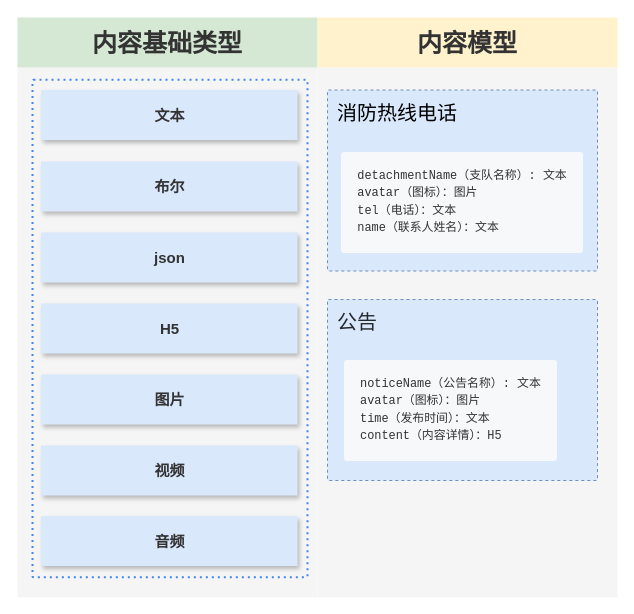
Above: page "内容模型" (4 of 5) of files/未命名绘图.drawio in hezhongfeng/DRAWIO (draw.io), before the change. Source tidied: cells renumbered, new cells numbered last; positions are measured from the earlier drawing's top-left corner, leaving out a move shared by most shapes. Both pictures are drawn from the tidied source at 100%, with x=0, y=0 at pixel (17, 17).
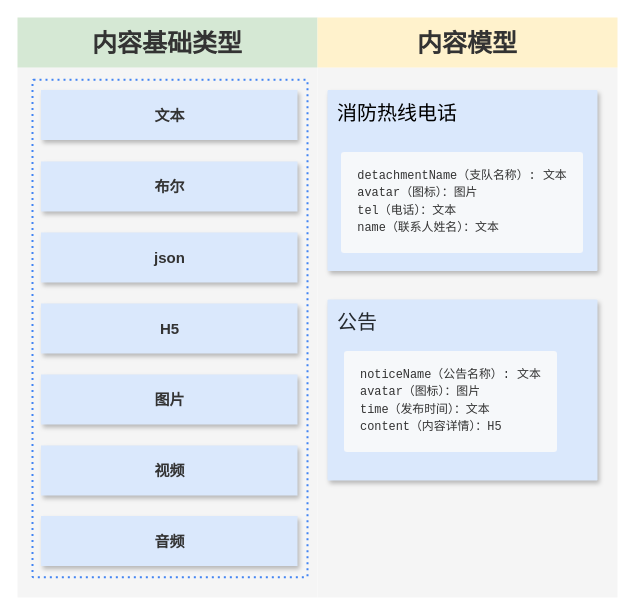
The same page after the edit.

Commit message (it also covers changes not shown here):
更新未命名绘图.drawio

What changed in the source:
```diff
@@
 <mxGraphModel background="#FFFFFF">
   <root>
     <mxCell id="0" />
     <mxCell id="1" parent="0" />
     <mxCell id="2" style="rounded=0;whiteSpace=wrap;html=1;dashed=1;strokeWidth=2;fontFamily=Verdana;fontSize=12;fontColor=#333333;fillColor=#f5f5f5;strokeColor=none;" parent="1" vertex="1">
       <mxGeometry y="50" width="300" height="530" as="geometry" />
     </mxCell>
     <mxCell id="3" value="内容基础类型" style="text;html=1;fillColor=#d5e8d4;align=center;verticalAlign=middle;whiteSpace=wrap;overflow=hidden;dashed=1;fontSize=25;fontFamily=Helvetica;fontStyle=1;fontColor=#333333;" parent="1" vertex="1">
       <mxGeometry width="300" height="50" as="geometry" />
     </mxCell>
     <mxCell id="4" style="rounded=0;whiteSpace=wrap;html=1;dashed=1;strokeWidth=2;fontFamily=Verdana;fontSize=12;fontColor=#333333;fillColor=#f5f5f5;strokeColor=none;" parent="1" vertex="1">
       <mxGeometry x="300" y="50" width="300" height="530" as="geometry" />
     </mxCell>
     <mxCell id="5" value="内容模型" style="text;html=1;fillColor=#fff2cc;align=center;verticalAlign=middle;whiteSpace=wrap;overflow=hidden;dashed=1;fontSize=25;fontFamily=Helvetica;fontStyle=1;fontColor=#333333;" parent="1" vertex="1">
       <mxGeometry x="300" width="300" height="50" as="geometry" />
     </mxCell>
     <mxCell id="6" style="rounded=1;absoluteArcSize=1;arcSize=2;html=1;strokeColor=#4284F3;gradientColor=none;shadow=0;dashed=1;fontSize=12;fontColor=#9E9E9E;align=left;verticalAlign=top;spacing=10;spacingTop=-4;fillColor=none;dashPattern=1 2;strokeWidth=2;" parent="1" vertex="1">
       <mxGeometry x="15" y="62.2" width="275" height="497.5" as="geometry" />
     </mxCell>
     <mxCell id="7" value="文本" style="whiteSpace=wrap;html=1;dashed=1;strokeWidth=2;fontFamily=Helvetica;fontSize=15;fontStyle=1;fillColor=#dae8fc;strokeColor=none;shadow=1;fontColor=#333333;" parent="1" vertex="1">
       <mxGeometry x="23.5" y="72.5" width="256.5" height="50" as="geometry" />
     </mxCell>
     <mxCell id="8" value="布尔" style="whiteSpace=wrap;html=1;dashed=1;strokeWidth=2;fontFamily=Helvetica;fontSize=15;fontStyle=1;fillColor=#dae8fc;strokeColor=none;shadow=1;fontColor=#333333;" parent="1" vertex="1">
       <mxGeometry x="23.5" y="144" width="256.5" height="50" as="geometry" />
     </mxCell>
     <mxCell id="9" value="json" style="whiteSpace=wrap;html=1;dashed=1;strokeWidth=2;fontFamily=Helvetica;fontSize=15;fontStyle=1;fillColor=#dae8fc;strokeColor=none;shadow=1;fontColor=#333333;" parent="1" vertex="1">
       <mxGeometry x="23.5" y="215" width="256.5" height="50" as="geometry" />
     </mxCell>
     <mxCell id="10" value="H5" style="whiteSpace=wrap;html=1;dashed=1;strokeWidth=2;fontFamily=Helvetica;fontSize=15;fontStyle=1;fillColor=#dae8fc;strokeColor=none;shadow=1;fontColor=#333333;" parent="1" vertex="1">
       <mxGeometry x="23.5" y="286" width="256.5" height="50" as="geometry" />
     </mxCell>
     <mxCell id="11" value="图片" style="whiteSpace=wrap;html=1;dashed=1;strokeWidth=2;fontFamily=Helvetica;fontSize=15;fontStyle=1;fillColor=#dae8fc;strokeColor=none;shadow=1;fontColor=#333333;" parent="1" vertex="1">
       <mxGeometry x="23.5" y="357" width="256.5" height="50" as="geometry" />
     </mxCell>
     <mxCell id="12" value="视频" style="whiteSpace=wrap;html=1;dashed=1;strokeWidth=2;fontFamily=Helvetica;fontSize=15;fontStyle=1;fillColor=#dae8fc;strokeColor=none;shadow=1;fontColor=#333333;" parent="1" vertex="1">
       <mxGeometry x="23.5" y="428" width="256.5" height="50" as="geometry" />
     </mxCell>
     <mxCell id="13" value="音频" style="whiteSpace=wrap;html=1;dashed=1;strokeWidth=2;fontFamily=Helvetica;fontSize=15;fontStyle=1;fillColor=#dae8fc;strokeColor=none;shadow=1;fontColor=#333333;" parent="1" vertex="1">
       <mxGeometry x="23.5" y="498.5" width="256.5" height="50" as="geometry" />
     </mxCell>
-    <mxCell id="14" value="消防热线电话" style="rounded=1;absoluteArcSize=1;arcSize=2;html=1;strokeColor=#6c8ebf;shadow=0;dashed=1;fontSize=20;align=left;verticalAlign=top;spacing=10;spacingTop=-4;fillColor=#dae8fc;" parent="1" vertex="1">
+    <mxCell id="14" value="消防热线电话" style="rounded=1;absoluteArcSize=1;arcSize=2;html=1;shadow=1;dashed=1;fontSize=20;align=left;verticalAlign=top;spacing=10;spacingTop=-4;fillColor=#dae8fc;strokeColor=none;" parent="1" vertex="1">
       <mxGeometry x="310" y="72.5" width="270" height="181" as="geometry" />
     </mxCell>
     <mxCell id="15" value="&lt;pre style=&quot;font-size: 11.9px ; text-align: left ; box-sizing: border-box ; margin-top: 0px ; margin-bottom: 16px ; overflow-wrap: normal ; padding: 16px ; overflow: auto ; line-height: 1.45 ; background-color: rgb(246 , 248 , 250) ; border-radius: 3px ; color: rgb(36 , 41 , 46)&quot;&gt;&lt;code class=&quot;hljs&quot; style=&quot;box-sizing: border-box ; display: inline ; overflow: visible ; padding: 0px ; color: rgb(51 , 51 , 51) ; background-color: transparent ; margin: 0px ; border-radius: 3px ; word-break: normal ; border: 0px ; line-height: inherit ; overflow-wrap: normal&quot;&gt;detachmentName&lt;span class=&quot;zh-hans&quot; style=&quot;box-sizing: border-box&quot;&gt;（支队名称）&lt;/span&gt;: &lt;span class=&quot;zh-hans&quot; style=&quot;box-sizing: border-box&quot;&gt;文本&lt;/span&gt;&lt;br&gt;avatar&lt;span class=&quot;zh-hans&quot; style=&quot;box-sizing: border-box&quot;&gt;（图标）：图片&lt;/span&gt;&lt;br&gt;tel&lt;span class=&quot;zh-hans&quot; style=&quot;box-sizing: border-box&quot;&gt;（电话）：文本&lt;/span&gt;&lt;br&gt;name&lt;span class=&quot;zh-hans&quot; style=&quot;box-sizing: border-box&quot;&gt;（联系人姓名）：文本&lt;/span&gt;&lt;/code&gt;&lt;/pre&gt;" style="text;html=1;strokeColor=none;fillColor=none;align=center;verticalAlign=middle;whiteSpace=wrap;rounded=0;shadow=0;dashed=1;sketch=0;fontSize=20;fontColor=#333333;" parent="1" vertex="1">
       <mxGeometry x="320" y="137.5" width="250" height="110" as="geometry" />
     </mxCell>
-    <mxCell id="16" value="&lt;span style=&quot;color: rgb(36, 41, 46); font-size: 20px;&quot;&gt;公告&lt;/span&gt;" style="rounded=1;absoluteArcSize=1;arcSize=2;html=1;strokeColor=#6c8ebf;shadow=0;dashed=1;fontSize=20;align=left;verticalAlign=top;spacing=10;spacingTop=-4;fillColor=#dae8fc;" parent="1" vertex="1">
+    <mxCell id="16" value="&lt;span style=&quot;color: rgb(36, 41, 46); font-size: 20px;&quot;&gt;公告&lt;/span&gt;" style="rounded=1;absoluteArcSize=1;arcSize=2;html=1;shadow=1;dashed=1;fontSize=20;align=left;verticalAlign=top;spacing=10;spacingTop=-4;fillColor=#dae8fc;strokeColor=none;" parent="1" vertex="1">
       <mxGeometry x="310" y="282" width="270" height="181" as="geometry" />
     </mxCell>
     <mxCell id="17" value="&lt;pre style=&quot;box-sizing: border-box ; font-family: , &amp;#34;consolas&amp;#34; , &amp;#34;liberation mono&amp;#34; , &amp;#34;menlo&amp;#34; , &amp;#34;courier&amp;#34; , monospace ; font-size: 11.9px ; margin-top: 0px ; margin-bottom: 16px ; overflow-wrap: normal ; padding: 16px ; overflow: auto ; line-height: 1.45 ; background-color: rgb(246 , 248 , 250) ; border-radius: 3px ; color: rgb(36 , 41 , 46)&quot;&gt;&lt;code class=&quot;hljs&quot; style=&quot;box-sizing: border-box ; display: inline ; overflow: visible ; padding: 0px ; color: rgb(51 , 51 , 51) ; background-color: transparent ; font-family: , &amp;#34;consolas&amp;#34; , &amp;#34;liberation mono&amp;#34; , &amp;#34;menlo&amp;#34; , &amp;#34;courier&amp;#34; , monospace , sans-serif ; font-size: 11.9px ; margin: 0px ; border-radius: 3px ; word-break: normal ; border: 0px ; line-height: inherit ; overflow-wrap: normal&quot;&gt;noticeName&lt;span class=&quot;zh-hans&quot; style=&quot;box-sizing: border-box ; font-family: &amp;#34;microsoft yahei&amp;#34; , , &amp;#34;simsun&amp;#34; , sans-serif&quot;&gt;（公告名称）&lt;/span&gt;: &lt;span class=&quot;zh-hans&quot; style=&quot;box-sizing: border-box ; font-family: &amp;#34;microsoft yahei&amp;#34; , , &amp;#34;simsun&amp;#34; , sans-serif&quot;&gt;文本&lt;/span&gt;&lt;br/&gt;avatar&lt;span class=&quot;zh-hans&quot; style=&quot;box-sizing: border-box ; font-family: &amp;#34;microsoft yahei&amp;#34; , , &amp;#34;simsun&amp;#34; , sans-serif&quot;&gt;（图标）：图片&lt;/span&gt;&lt;br/&gt;time&lt;span class=&quot;zh-hans&quot; style=&quot;box-sizing: border-box ; font-family: &amp;#34;microsoft yahei&amp;#34; , , &amp;#34;simsun&amp;#34; , sans-serif&quot;&gt;（发布时间）：文本&lt;/span&gt;&lt;br/&gt;content&lt;span class=&quot;zh-hans&quot; style=&quot;box-sizing: border-box ; font-family: &amp;#34;microsoft yahei&amp;#34; , , &amp;#34;simsun&amp;#34; , sans-serif&quot;&gt;（内容详情）：&lt;/span&gt;H5&lt;/code&gt;&lt;/pre&gt;" style="text;strokeColor=none;align=left;verticalAlign=top;whiteSpace=wrap;rounded=0;shadow=0;dashed=1;sketch=0;fontSize=20;fontColor=#333333;html=1;" parent="1" vertex="1">
-      <mxGeometry x="325" y="336" width="250" height="110" as="geometry" />
+      <mxGeometry x="325" y="327" width="250" height="110" as="geometry" />
     </mxCell>
   </root>
 </mxGraphModel>
```
